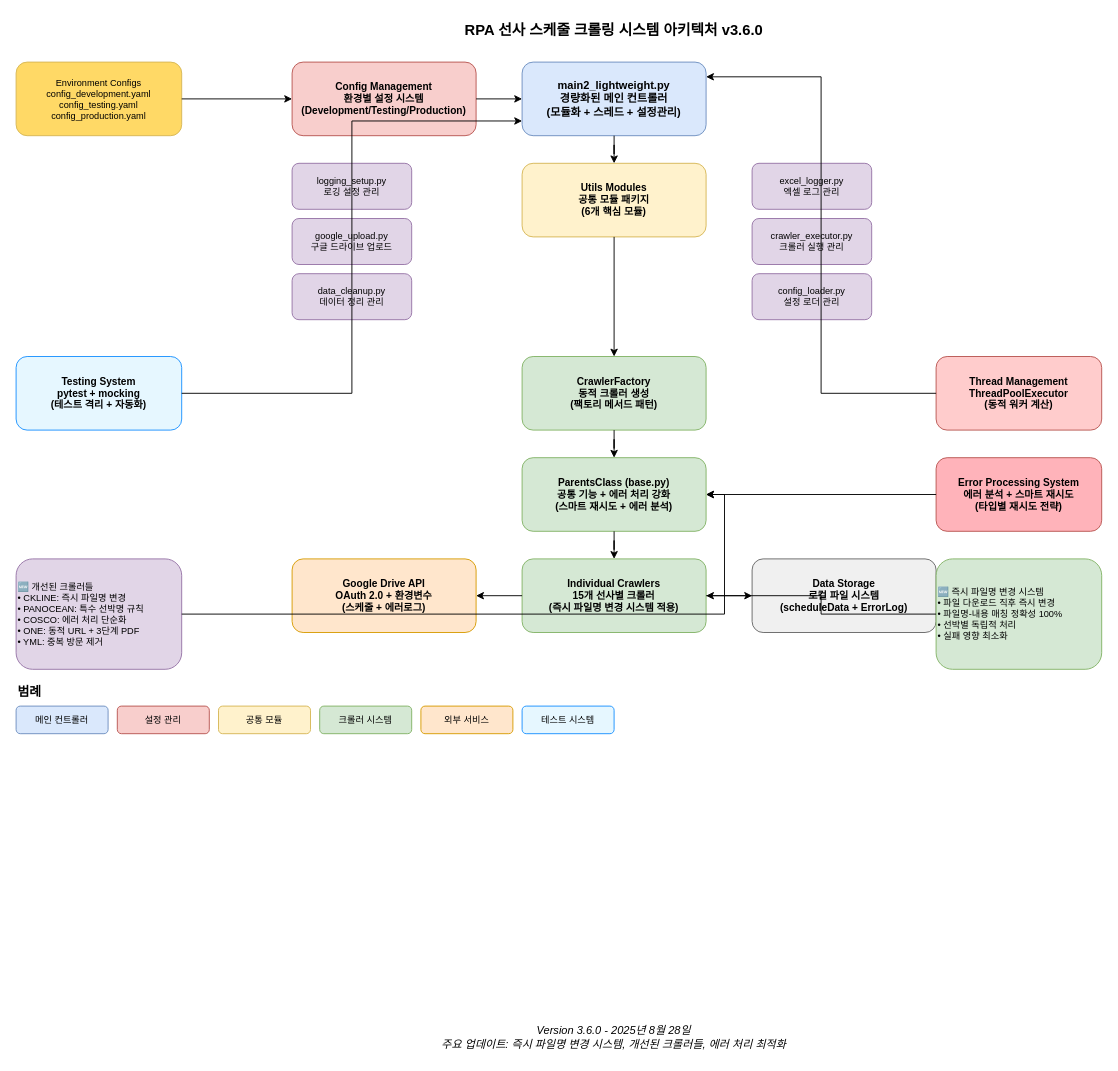
Binkoon/RPA_Crawling keeps this draw.io diagram as totalSystem.drawio. Above is the earlier version. Source tidied: cells renumbered, new cells numbered last; positions are measured from the earlier drawing's top-left corner, leaving out a move shared by most shapes. Both pictures are drawn from the tidied source at 92%, with x=0, y=0 at pixel (16, 16).
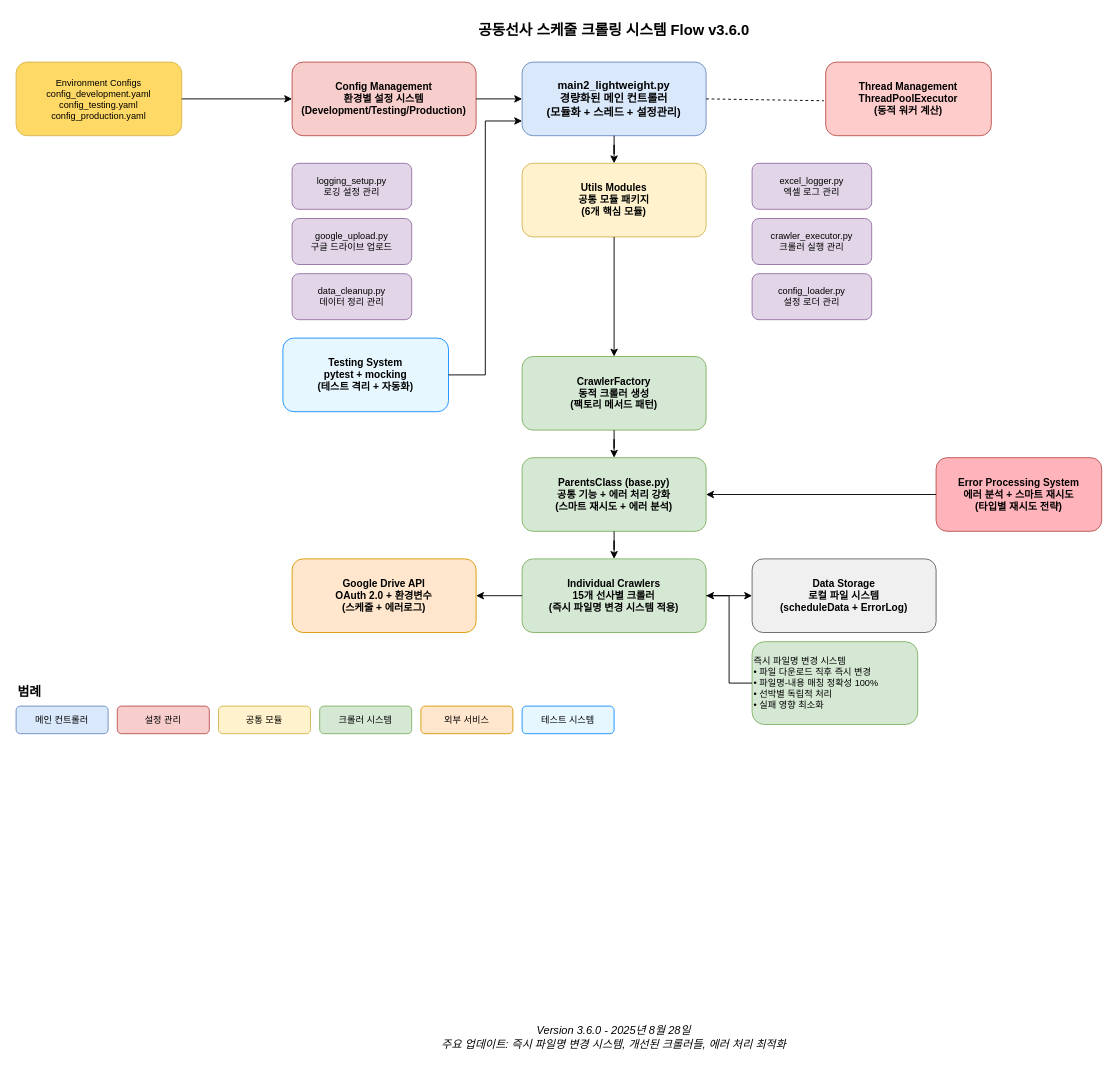
The same page after the edit.

Unchanged cells that the change refers to:
```xml
<mxCell id="3" value="main2_lightweight.py&#10;경량화된 메인 컨트롤러&#10;(모듈화 + 스레드 + 설정관리)" style="rounded=1;whiteSpace=wrap;html=1;fillColor=#dae8fc;strokeColor=#6c8ebf;fontSize=12;fontStyle=1;" parent="1" vertex="1">
  <mxGeometry x="550" y="50" width="200" height="80" as="geometry" />
</mxCell>
<mxCell id="14" value="ParentsClass (base.py)&#10;공통 기능 + 에러 처리 강화&#10;(스마트 재시도 + 에러 분석)" style="rounded=1;whiteSpace=wrap;html=1;fillColor=#d5e8d4;strokeColor=#82b366;fontSize=11;fontStyle=1;" parent="1" vertex="1">
  <mxGeometry x="550" y="480" width="200" height="80" as="geometry" />
</mxCell>
```

What changed in the source:
```diff
@@
-    <mxCell id="2" value="RPA 선사 스케줄 크롤링 시스템 아키텍처 v3.6.0" style="text;html=1;strokeColor=none;fillColor=none;align=center;verticalAlign=middle;whiteSpace=wrap;rounded=0;fontSize=16;fontStyle=1;" parent="1" vertex="1">
+    <mxCell id="2" value="공동선사 스케줄 크롤링 시스템 Flow v3.6.0" style="text;html=1;strokeColor=none;fillColor=none;align=center;verticalAlign=middle;whiteSpace=wrap;rounded=0;fontSize=16;fontStyle=1;" parent="1" vertex="1">
       <mxGeometry x="450" width="400" height="30" as="geometry" />
     </mxCell>
@@
-    <mxCell id="16" value="🆕 개선된 크롤러들&#10;• CKLINE: 즉시 파일명 변경&#10;• PANOCEAN: 특수 선박명 규칙&#10;• COSCO: 에러 처리 단순화&#10;• ONE: 동적 URL + 3단계 PDF&#10;• YML: 중복 방문 제거" style="rounded=1;whiteSpace=wrap;html=1;fillColor=#e1d5e7;strokeColor=#9673a6;fontSize=10;align=left;" parent="1" vertex="1">
-      <mxGeometry y="590" width="180" height="120" as="geometry" />
-    </mxCell>
@@
     <mxCell id="19" value="Testing System&#10;pytest + mocking&#10;(테스트 격리 + 자동화)" style="rounded=1;whiteSpace=wrap;html=1;fillColor=#e6f7ff;strokeColor=#1890ff;fontSize=11;fontStyle=1;" parent="1" vertex="1">
-      <mxGeometry y="370" width="180" height="80" as="geometry" />
+      <mxGeometry x="290" y="350" width="180" height="80" as="geometry" />
     </mxCell>
     <mxCell id="20" value="Thread Management&#10;ThreadPoolExecutor&#10;(동적 워커 계산)" style="rounded=1;whiteSpace=wrap;html=1;fillColor=#ffcccc;strokeColor=#b85450;fontSize=11;fontStyle=1;" parent="1" vertex="1">
-      <mxGeometry x="1000" y="370" width="180" height="80" as="geometry" />
+      <mxGeometry x="880" y="50" width="180" height="80" as="geometry" />
     </mxCell>
@@
-    <mxCell id="22" value="🆕 즉시 파일명 변경 시스템&#10;• 파일 다운로드 직후 즉시 변경&#10;• 파일명-내용 매칭 정확성 100%&#10;• 선박별 독립적 처리&#10;• 실패 영향 최소화" style="rounded=1;whiteSpace=wrap;html=1;fillColor=#d5e8d4;strokeColor=#82b366;fontSize=10;align=left;" parent="1" vertex="1">
-      <mxGeometry x="1000" y="590" width="180" height="120" as="geometry" />
+    <mxCell id="22" value="즉시 파일명 변경 시스템&lt;br&gt;• 파일 다운로드 직후 즉시 변경&lt;br&gt;• 파일명-내용 매칭 정확성 100%&lt;br&gt;• 선박별 독립적 처리&lt;br&gt;• 실패 영향 최소화" style="rounded=1;whiteSpace=wrap;html=1;fillColor=#d5e8d4;strokeColor=#82b366;fontSize=10;align=left;" parent="1" vertex="1">
+      <mxGeometry x="800" y="680" width="180" height="90" as="geometry" />
     </mxCell>
@@
-    <mxCell id="32" style="edgeStyle=orthogonalEdgeStyle;rounded=0;jettySize=auto;html=1;entryX=1;entryY=0.2;entryDx=0;entryDy=0;" parent="1" edge="1" source="20" target="3">
-      <mxGeometry relative="1" as="geometry" />
-    </mxCell>
@@
-    <mxCell id="34" style="edgeStyle=orthogonalEdgeStyle;rounded=0;jettySize=auto;html=1;entryX=1;entryY=0.5;entryDx=0;entryDy=0;" parent="1" edge="1" source="16" target="14">
-      <mxGeometry relative="1" as="geometry" />
-    </mxCell>
@@
+    <mxCell id="44" style="endArrow=none;dashed=1;html=1;rounded=0;exitX=1;exitY=0.5;exitDx=0;exitDy=0;" parent="1" edge="1" source="3">
+      <mxGeometry relative="1" as="geometry">
+        <mxPoint x="878" y="92" as="targetPoint" />
+      </mxGeometry>
+    </mxCell>
```
